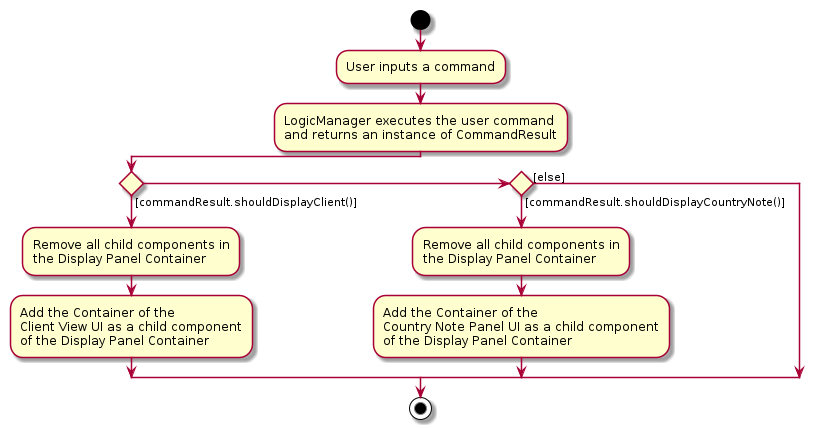
tankangliang/tp keeps this PlantUML diagram as docs/images/CountryNotePanelClientViewActDiag.png. Above is the earlier version.
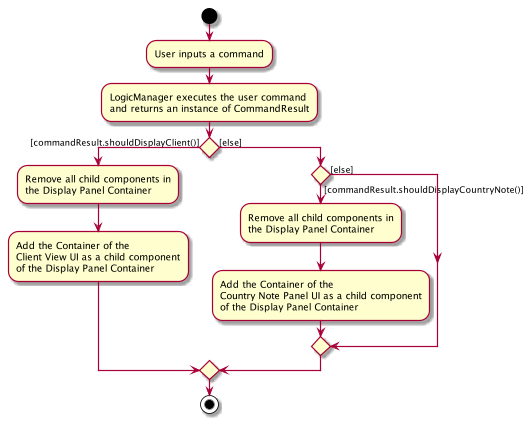
After the change.

Commit message:
Update activity diag with PR comments

Diff of the diagram source:
```diff
@@ -12,14 +12,15 @@
     :Add the Container of the
     Client View UI as a child component
     of the Display Panel Container;
-elseif () then ([commandResult.shouldDisplayCountryNote()])
-    :Remove all child components in
-    the Display Panel Container;
-    :Add the Container of the
-    Country Note Panel UI as a child component
-    of the Display Panel Container;
 else ([else])
-
+  if () then ([commandResult.shouldDisplayCountryNote()])
+      :Remove all child components in
+      the Display Panel Container;
+      :Add the Container of the
+      Country Note Panel UI as a child component
+      of the Display Panel Container;
+  else ([else])
+  endif
 endif
 stop
 @enduml
```
